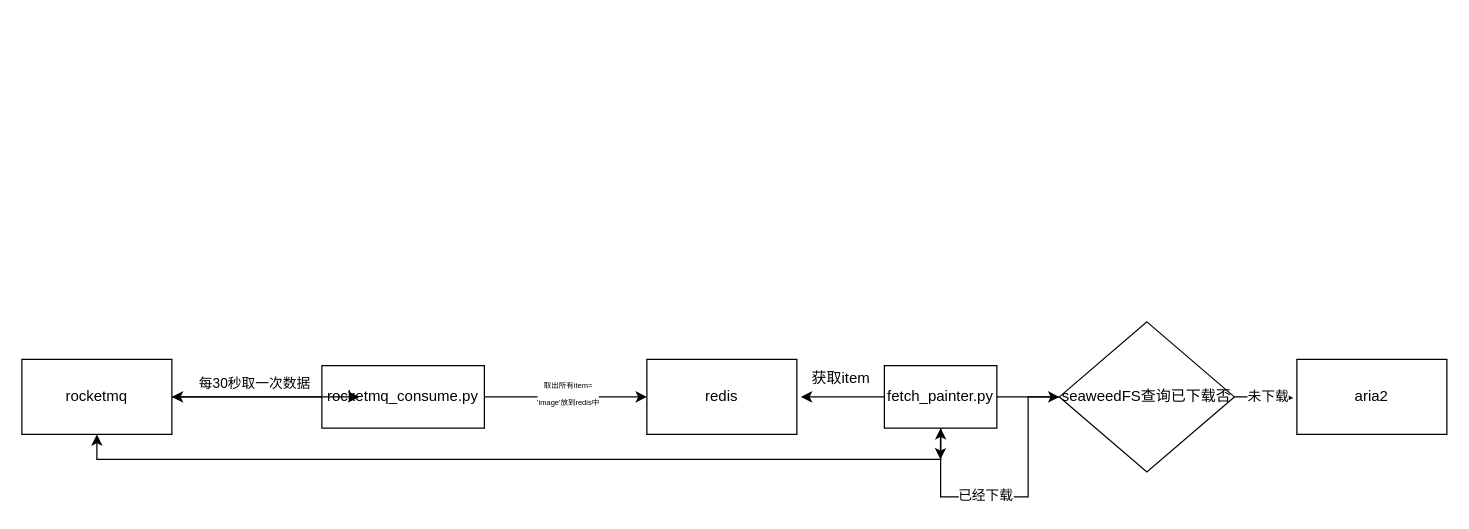
The draw.io diagram painter.drawio in MapleJourney/diagram, before the edit. Source tidied: cells renumbered, new cells numbered last; positions are measured from the earlier drawing's top-left corner, leaving out a move shared by most shapes. Both pictures are drawn from the tidied source at 125%, with x=0, y=0 at pixel (21, 321).
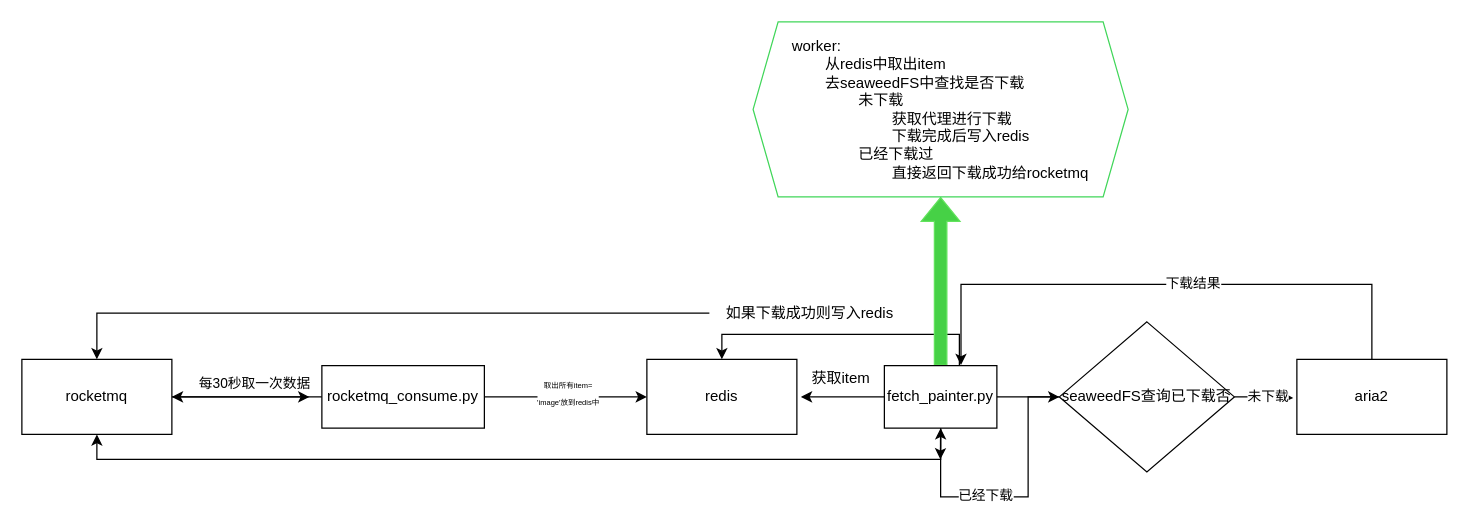
The same diagram, later.

The change refers to these unchanged cells:
```xml
<mxCell id="5" value="fetch_painter.py" style="rounded=0;whiteSpace=wrap;html=1;" parent="1" vertex="1">
  <mxGeometry x="690" y="35" width="90" height="50" as="geometry" />
</mxCell>
<mxCell id="11" value="rocketmq" style="rounded=0;whiteSpace=wrap;html=1;" parent="1" vertex="1">
  <mxGeometry y="30" width="120" height="60" as="geometry" />
</mxCell>
<mxCell id="13" value="redis" style="rounded=0;whiteSpace=wrap;html=1;" parent="1" vertex="1">
  <mxGeometry x="500" y="30" width="120" height="60" as="geometry" />
</mxCell>
<mxCell id="16" value="aria2" style="rounded=0;whiteSpace=wrap;html=1;" parent="1" vertex="1">
  <mxGeometry x="1020" y="30" width="120" height="60" as="geometry" />
</mxCell>
```

What changed in the source:
```diff
@@
+    <mxCell id="22" style="edgeStyle=orthogonalEdgeStyle;rounded=0;jettySize=auto;html=1;entryX=0.5;entryY=0;entryDx=0;entryDy=0;" parent="1" edge="1" source="5" target="13">
+      <mxGeometry relative="1" as="geometry">
+        <Array as="points">
+          <mxPoint x="750" y="10" />
+          <mxPoint x="560" y="10" />
+        </Array>
+      </mxGeometry>
+    </mxCell>
+    <mxCell id="23" style="edgeStyle=orthogonalEdgeStyle;rounded=0;jettySize=auto;html=1;entryX=0.5;entryY=1;entryDx=0;entryDy=0;shape=flexArrow;fillColor=#46D146;strokeColor=#62E35D;" parent="1" edge="1" source="5" target="24">
+      <mxGeometry relative="1" as="geometry" />
+    </mxCell>
@@
     <mxCell id="10" style="edgeStyle=orthogonalEdgeStyle;rounded=0;orthogonalLoop=1;jettySize=auto;html=1;" parent="1" edge="1">
       <mxGeometry relative="1" as="geometry">
         <mxPoint x="120" y="60" as="sourcePoint" />
-        <mxPoint x="270" y="60" as="targetPoint" />
+        <mxPoint x="230" y="60" as="targetPoint" />
       </mxGeometry>
     </mxCell>
@@
     <mxCell id="12" value="&lt;span style=&quot;color: rgb(0, 0, 0); font-family: Helvetica; font-size: 11px; font-style: normal; font-variant-ligatures: normal; font-variant-caps: normal; font-weight: 400; letter-spacing: normal; orphans: 2; text-align: center; text-indent: 0px; text-transform: none; widows: 2; word-spacing: 0px; -webkit-text-stroke-width: 0px; background-color: rgb(255, 255, 255); text-decoration-thickness: initial; text-decoration-style: initial; text-decoration-color: initial; float: none; display: inline !important;&quot;&gt;每30秒取一次数据&lt;/span&gt;" style="text;whiteSpace=wrap;html=1;" parent="1" vertex="1">
-      <mxGeometry x="140" y="35" width="130" height="40" as="geometry" />
+      <mxGeometry x="140" y="35" width="100" height="40" as="geometry" />
     </mxCell>
@@
+    <mxCell id="24" value="&lt;div style=&quot;text-align: left;&quot;&gt;&lt;span style=&quot;background-color: initial;&quot;&gt;worker:&lt;/span&gt;&lt;/div&gt;&lt;div style=&quot;text-align: left;&quot;&gt;&lt;span style=&quot;background-color: initial;&quot;&gt;&lt;span style=&quot;white-space: pre;&quot;&gt;&#9;&lt;/span&gt;从redis中取出item&lt;/span&gt;&lt;/div&gt;&lt;div style=&quot;text-align: left;&quot;&gt;&lt;span style=&quot;background-color: initial;&quot;&gt;&lt;span style=&quot;white-space: pre;&quot;&gt;&#9;&lt;/span&gt;去seaweedFS中查找是否下载&lt;/span&gt;&lt;/div&gt;&lt;div style=&quot;text-align: left;&quot;&gt;&lt;span style=&quot;background-color: initial;&quot;&gt;&lt;span style=&quot;white-space: pre;&quot;&gt;&#9;&lt;/span&gt;&lt;span style=&quot;white-space: pre;&quot;&gt;&#9;&lt;/span&gt;未下载&lt;/span&gt;&lt;/div&gt;&lt;div style=&quot;text-align: left;&quot;&gt;&lt;span style=&quot;background-color: initial;&quot;&gt;&lt;span style=&quot;white-space: pre;&quot;&gt;&#9;&lt;/span&gt;&lt;span style=&quot;white-space: pre;&quot;&gt;&#9;&lt;/span&gt;&lt;span style=&quot;white-space: pre;&quot;&gt;&#9;&lt;/span&gt;获取代理进行下载&lt;/span&gt;&lt;/div&gt;&lt;div style=&quot;text-align: left;&quot;&gt;&lt;span style=&quot;background-color: initial;&quot;&gt;&lt;span style=&quot;white-space: pre;&quot;&gt;&#9;&lt;/span&gt;&lt;span style=&quot;white-space: pre;&quot;&gt;&#9;&lt;/span&gt;&lt;span style=&quot;white-space: pre;&quot;&gt;&#9;&lt;/span&gt;下载完成后写入redis&lt;br&gt;&amp;nbsp;&lt;span style=&quot;white-space: pre;&quot;&gt;&#9;&lt;/span&gt;&lt;span style=&quot;white-space: pre;&quot;&gt;&#9;&lt;/span&gt;已经下载过&lt;/span&gt;&lt;/div&gt;&lt;div style=&quot;text-align: left;&quot;&gt;&lt;span style=&quot;background-color: initial;&quot;&gt;&lt;span style=&quot;white-space: pre;&quot;&gt;&#9;&lt;/span&gt;&lt;span style=&quot;white-space: pre;&quot;&gt;&#9;&lt;/span&gt;&lt;span style=&quot;white-space: pre;&quot;&gt;&#9;&lt;/span&gt;直接返回下载成功给rocketmq&lt;br&gt;&lt;/span&gt;&lt;/div&gt;&#9;&#9;&#9;" style="shape=hexagon;perimeter=hexagonPerimeter2;whiteSpace=wrap;html=1;fixedSize=1;strokeColor=#40D659;" parent="1" vertex="1">
+      <mxGeometry x="585" y="-240" width="300" height="140" as="geometry" />
+    </mxCell>
+    <mxCell id="25" style="edgeStyle=orthogonalEdgeStyle;rounded=0;jettySize=auto;html=1;entryX=0.681;entryY=-0.01;entryDx=0;entryDy=0;entryPerimeter=0;" parent="1" edge="1" source="16" target="5">
+      <mxGeometry relative="1" as="geometry">
+        <Array as="points">
+          <mxPoint x="1080" y="-30" />
+          <mxPoint x="751" y="-30" />
+        </Array>
+      </mxGeometry>
+    </mxCell>
+    <mxCell id="26" value="下载结果" style="edgeLabel;html=1;align=center;verticalAlign=middle;" parent="25" vertex="1">
+      <mxGeometry x="-0.1" y="-2" relative="1" as="geometry" />
+    </mxCell>
+    <mxCell id="27" style="edgeStyle=orthogonalEdgeStyle;rounded=0;jettySize=auto;html=1;entryX=0.5;entryY=0;entryDx=0;entryDy=0;" parent="1" edge="1" source="28" target="11">
+      <mxGeometry relative="1" as="geometry" />
+    </mxCell>
+    <mxCell id="28" value="如果下载成功则写入redis" style="text;html=1;align=center;verticalAlign=middle;points=[];strokeColor=none;fillColor=none;" parent="1" vertex="1">
+      <mxGeometry x="550" y="-22" width="160" height="30" as="geometry" />
+    </mxCell>
```
